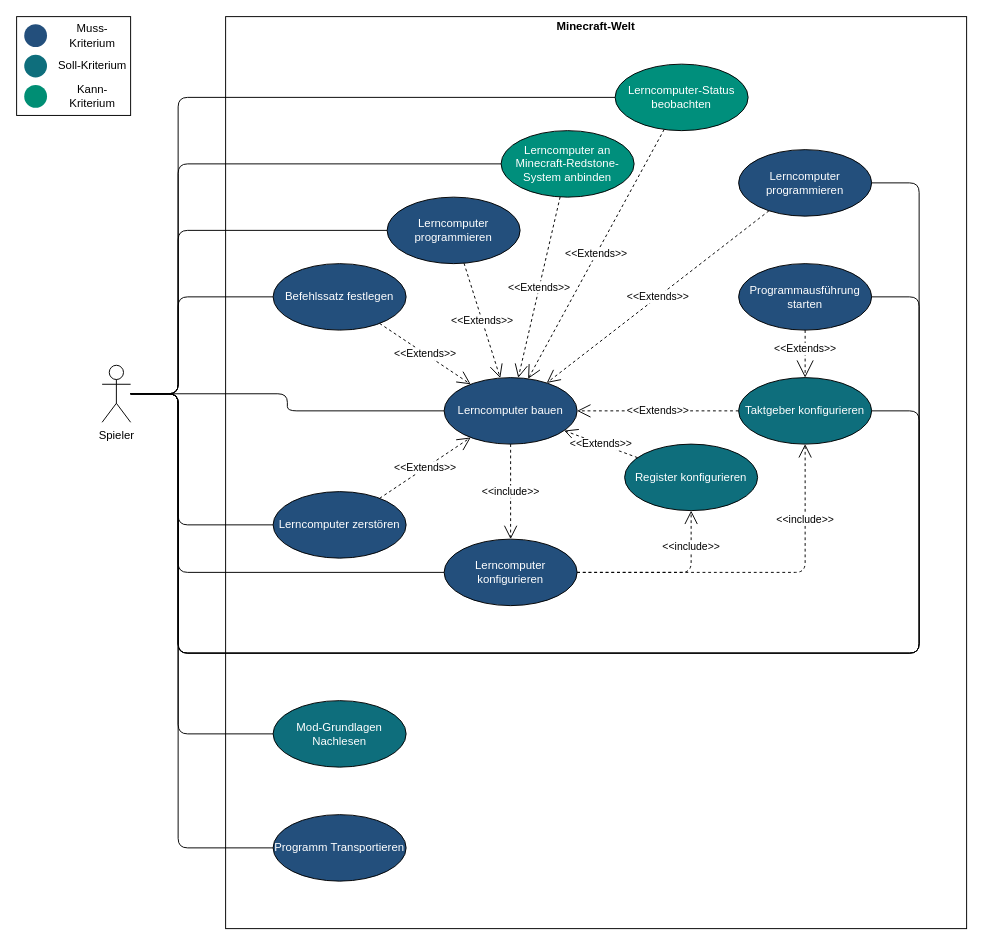
Above: World.drawio in LundiNord/RISCJ-Diagramms (draw.io), before the change. Source tidied: cells renumbered, new cells numbered last; positions are measured from the earlier drawing's top-left corner, leaving out a move shared by most shapes. Both pictures are drawn from the tidied source at 95%, with x=0, y=0 at pixel (16, 16).
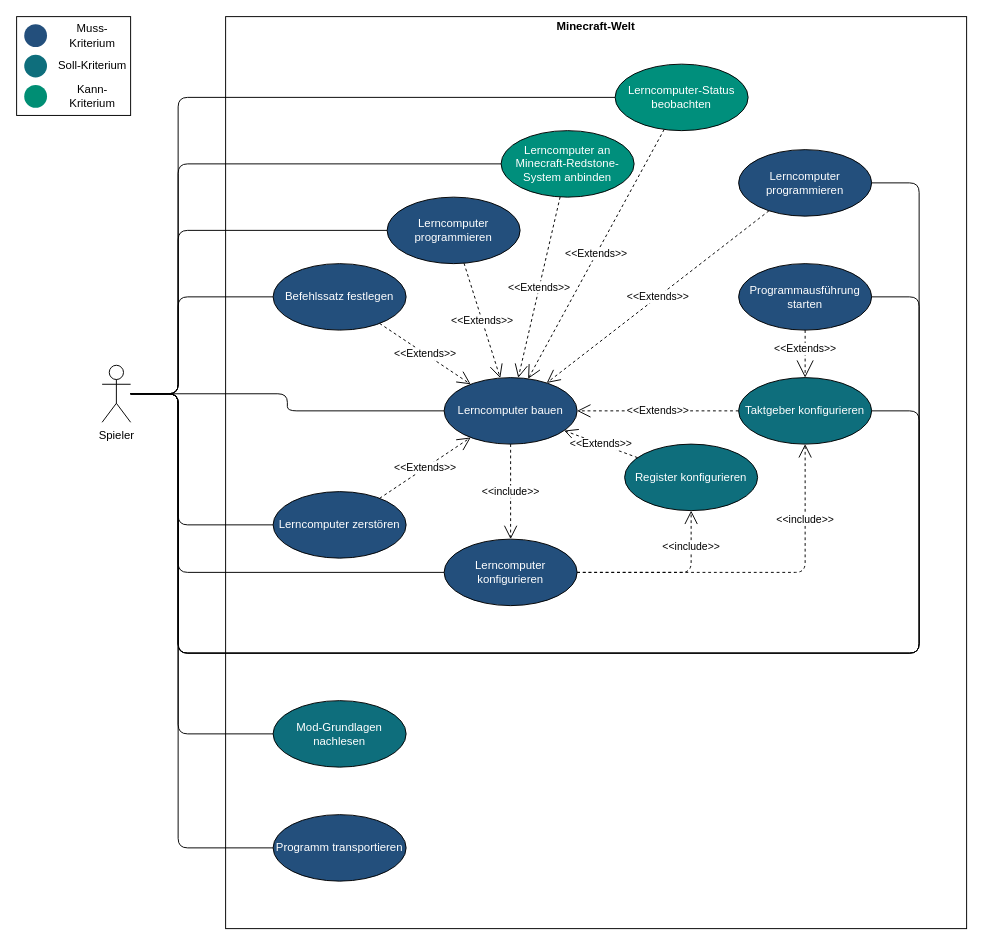
The same diagram, later.

Diff of the diagram source:
```diff
@@
-    <mxCell id="21" value="Programm Transportieren" style="ellipse;whiteSpace=wrap;html=1;fillColor=#234f7c;fontColor=#FFFFFF;" parent="1" vertex="1">
+    <mxCell id="21" value="Programm transportieren" style="ellipse;whiteSpace=wrap;html=1;fillColor=#234f7c;fontColor=#FFFFFF;" parent="1" vertex="1">
       <mxGeometry x="270" y="840" width="140" height="70" as="geometry" />
     </mxCell>
@@
-    <mxCell id="24" value="Mod-Grundlagen Nachlesen" style="ellipse;whiteSpace=wrap;html=1;fillColor=#0e6e7c;fontColor=#FFFFFF;" parent="1" vertex="1">
+    <mxCell id="24" value="Mod-Grundlagen nachlesen" style="ellipse;whiteSpace=wrap;html=1;fillColor=#0e6e7c;fontColor=#FFFFFF;" parent="1" vertex="1">
       <mxGeometry x="270" y="720" width="140" height="70" as="geometry" />
     </mxCell>
```
